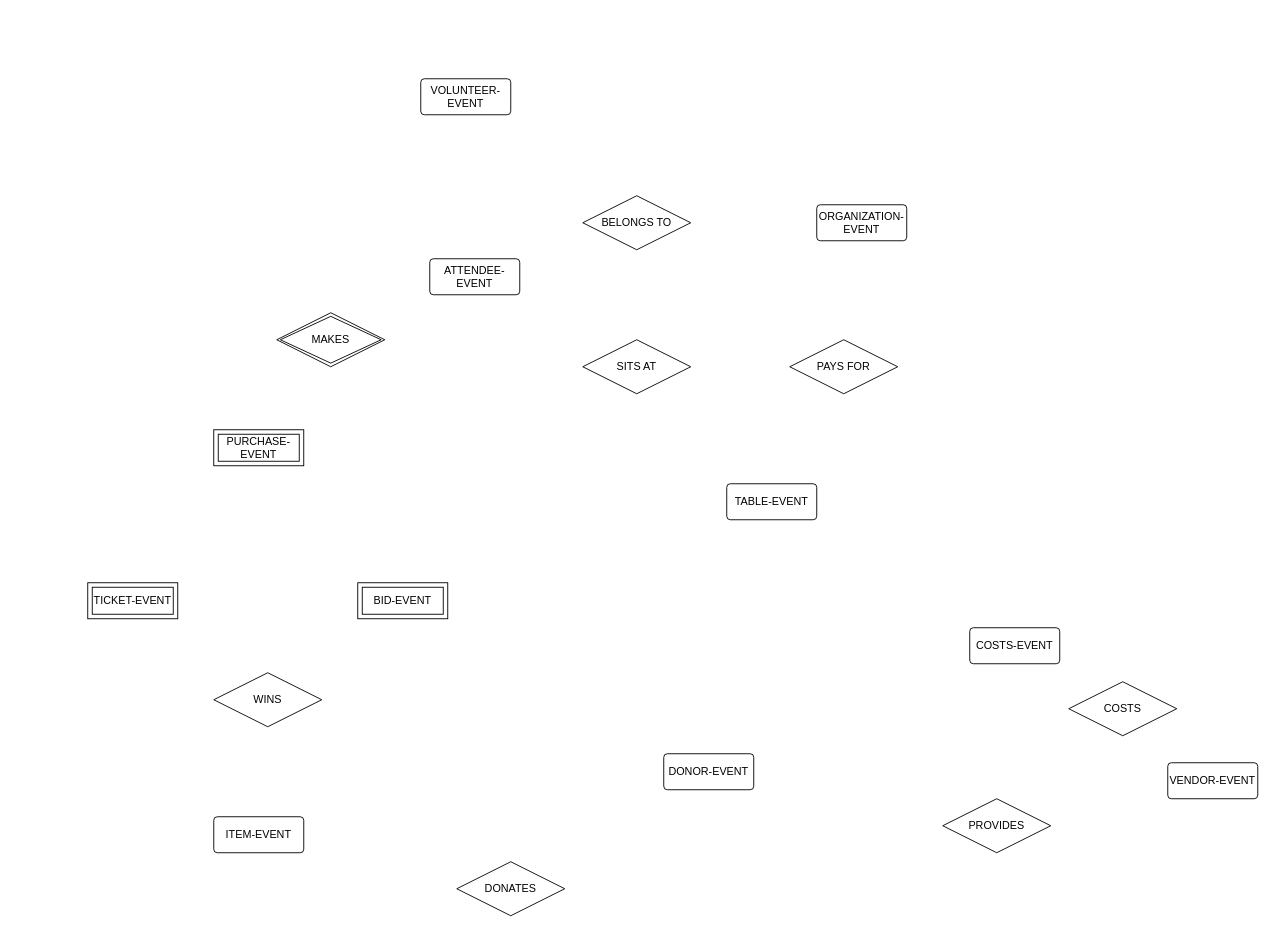
The draw.io diagram SecuringFundingER.drawio in MigLyons/Draw.io, before the edit. Source tidied: cells renumbered, new cells numbered last; positions are measured from the earlier drawing's top-left corner, leaving out a move shared by most shapes. Both pictures are drawn from the tidied source at 90%, with x=0, y=0 at pixel (87, 78).
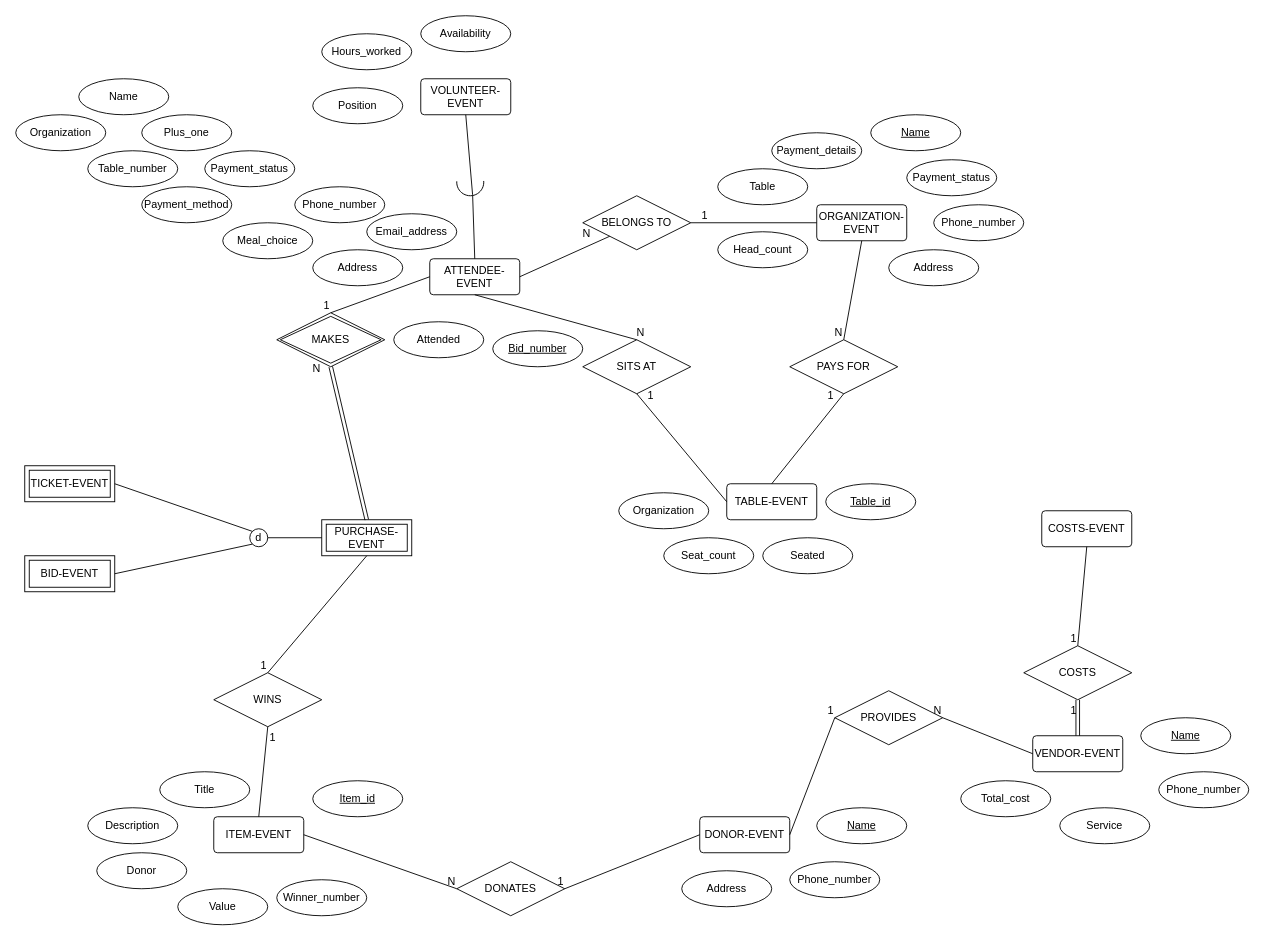
After the change.

The change refers to these unchanged cells:
```xml
<mxCell id="2" value="ATTENDEE-EVENT" style="rounded=1;arcSize=10;whiteSpace=wrap;html=1;align=center;" parent="1" vertex="1">
  <mxGeometry x="380" y="200" width="100" height="40" as="geometry" />
</mxCell>
<mxCell id="3" value="ITEM-EVENT" style="rounded=1;arcSize=10;whiteSpace=wrap;html=1;align=center;" parent="1" vertex="1">
  <mxGeometry x="140" y="820" width="100" height="40" as="geometry" />
</mxCell>
<mxCell id="4" value="TABLE-EVENT" style="rounded=1;arcSize=10;whiteSpace=wrap;html=1;align=center;" parent="1" vertex="1">
  <mxGeometry x="710" y="450" width="100" height="40" as="geometry" />
</mxCell>
<mxCell id="5" value="VOLUNTEER-EVENT" style="rounded=1;arcSize=10;whiteSpace=wrap;html=1;align=center;" parent="1" vertex="1">
  <mxGeometry x="370" width="100" height="40" as="geometry" />
</mxCell>
<mxCell id="8" value="ORGANIZATION-EVENT" style="rounded=1;arcSize=10;whiteSpace=wrap;html=1;align=center;" parent="1" vertex="1">
  <mxGeometry x="810" y="140" width="100" height="40" as="geometry" />
</mxCell>
<mxCell id="13" value="SITS AT" style="shape=rhombus;perimeter=rhombusPerimeter;whiteSpace=wrap;html=1;align=center;" parent="1" vertex="1">
  <mxGeometry x="550" y="290" width="120" height="60" as="geometry" />
</mxCell>
<mxCell id="14" value="BELONGS TO" style="shape=rhombus;perimeter=rhombusPerimeter;whiteSpace=wrap;html=1;align=center;" parent="1" vertex="1">
  <mxGeometry x="550" y="130" width="120" height="60" as="geometry" />
</mxCell>
<mxCell id="16" value="DONATES" style="shape=rhombus;perimeter=rhombusPerimeter;whiteSpace=wrap;html=1;align=center;" parent="1" vertex="1">
  <mxGeometry x="410" y="870" width="120" height="60" as="geometry" />
</mxCell>
<mxCell id="18" value="PAYS FOR" style="shape=rhombus;perimeter=rhombusPerimeter;whiteSpace=wrap;html=1;align=center;" parent="1" vertex="1">
  <mxGeometry x="780" y="290" width="120" height="60" as="geometry" />
</mxCell>
<mxCell id="19" value="MAKES" style="shape=rhombus;double=1;perimeter=rhombusPerimeter;whiteSpace=wrap;html=1;align=center;" parent="1" vertex="1">
  <mxGeometry x="210" y="260" width="120" height="60" as="geometry" />
</mxCell>
<mxCell id="20" value="WINS" style="shape=rhombus;perimeter=rhombusPerimeter;whiteSpace=wrap;html=1;align=center;" parent="1" vertex="1">
  <mxGeometry x="140" y="660" width="120" height="60" as="geometry" />
</mxCell>
```

What changed in the source:
```diff
@@
     <mxCell id="6" value="DONOR-EVENT" style="rounded=1;arcSize=10;whiteSpace=wrap;html=1;align=center;" parent="1" vertex="1">
-      <mxGeometry x="640" y="750" width="100" height="40" as="geometry" />
+      <mxGeometry x="680" y="820" width="100" height="40" as="geometry" />
     </mxCell>
     <mxCell id="7" value="VENDOR-EVENT" style="rounded=1;arcSize=10;whiteSpace=wrap;html=1;align=center;" parent="1" vertex="1">
-      <mxGeometry x="1200" y="760" width="100" height="40" as="geometry" />
+      <mxGeometry x="1050" y="730" width="100" height="40" as="geometry" />
     </mxCell>
@@
     <mxCell id="9" value="COSTS-EVENT" style="rounded=1;arcSize=10;whiteSpace=wrap;html=1;align=center;" parent="1" vertex="1">
-      <mxGeometry x="980" y="610" width="100" height="40" as="geometry" />
+      <mxGeometry x="1060" y="480" width="100" height="40" as="geometry" />
     </mxCell>
     <mxCell id="10" value="PURCHASE-EVENT" style="shape=ext;margin=3;double=1;whiteSpace=wrap;html=1;align=center;" parent="1" vertex="1">
-      <mxGeometry x="140" y="390" width="100" height="40" as="geometry" />
+      <mxGeometry x="260" y="490" width="100" height="40" as="geometry" />
     </mxCell>
     <mxCell id="11" value="TICKET-EVENT" style="shape=ext;margin=3;double=1;whiteSpace=wrap;html=1;align=center;" parent="1" vertex="1">
-      <mxGeometry y="560" width="100" height="40" as="geometry" />
+      <mxGeometry x="-70" y="430" width="100" height="40" as="geometry" />
     </mxCell>
     <mxCell id="12" value="BID-EVENT" style="shape=ext;margin=3;double=1;whiteSpace=wrap;html=1;align=center;" parent="1" vertex="1">
-      <mxGeometry x="300" y="560" width="100" height="40" as="geometry" />
+      <mxGeometry x="-70" y="530" width="100" height="40" as="geometry" />
     </mxCell>
@@
     <mxCell id="15" value="COSTS" style="shape=rhombus;perimeter=rhombusPerimeter;whiteSpace=wrap;html=1;align=center;" parent="1" vertex="1">
-      <mxGeometry x="1090" y="670" width="120" height="60" as="geometry" />
+      <mxGeometry x="1040" y="630" width="120" height="60" as="geometry" />
     </mxCell>
@@
     <mxCell id="17" value="PROVIDES" style="shape=rhombus;perimeter=rhombusPerimeter;whiteSpace=wrap;html=1;align=center;" parent="1" vertex="1">
-      <mxGeometry x="950" y="800" width="120" height="60" as="geometry" />
+      <mxGeometry x="830" y="680" width="120" height="60" as="geometry" />
     </mxCell>
@@
+    <mxCell id="21" style="endArrow=none;html=1;rounded=0;exitX=1;exitY=0.5;exitDx=0;exitDy=0;entryX=0;entryY=1;entryDx=0;entryDy=0;" parent="1" edge="1" source="2" target="14">
+      <mxGeometry relative="1" as="geometry" />
+    </mxCell>
+    <mxCell id="22" value="N" style="html=1;whiteSpace=wrap;align=right;verticalAlign=bottom;" parent="21" vertex="1">
+      <mxGeometry x="1" relative="1" as="geometry">
+        <mxPoint x="-20" y="5" as="offset" />
+      </mxGeometry>
+    </mxCell>
+    <mxCell id="23" style="endArrow=none;html=1;rounded=0;entryX=1;entryY=0.5;entryDx=0;entryDy=0;exitX=0;exitY=0.5;exitDx=0;exitDy=0;" parent="1" edge="1" source="8" target="14">
+      <mxGeometry relative="1" as="geometry" />
+    </mxCell>
+    <mxCell id="24" value="1" style="html=1;whiteSpace=wrap;align=right;verticalAlign=bottom;" parent="23" vertex="1">
+      <mxGeometry x="1" relative="1" as="geometry">
+        <mxPoint x="20" as="offset" />
+      </mxGeometry>
+    </mxCell>
+    <mxCell id="25" style="endArrow=none;html=1;rounded=0;entryX=0.5;entryY=0;entryDx=0;entryDy=0;exitX=0.5;exitY=1;exitDx=0;exitDy=0;" parent="1" edge="1" source="8" target="18">
+      <mxGeometry relative="1" as="geometry" />
+    </mxCell>
+    <mxCell id="26" value="N" style="html=1;whiteSpace=wrap;align=right;verticalAlign=bottom;" parent="25" vertex="1">
+      <mxGeometry x="1" relative="1" as="geometry" />
+    </mxCell>
+    <mxCell id="27" style="endArrow=none;html=1;rounded=0;entryX=0.5;entryY=1;entryDx=0;entryDy=0;exitX=0.5;exitY=0;exitDx=0;exitDy=0;" parent="1" edge="1" source="4" target="18">
+      <mxGeometry relative="1" as="geometry" />
+    </mxCell>
+    <mxCell id="28" value="1" style="html=1;whiteSpace=wrap;align=right;verticalAlign=bottom;" parent="27" vertex="1">
+      <mxGeometry x="1" relative="1" as="geometry">
+        <mxPoint x="-10" y="10" as="offset" />
+      </mxGeometry>
+    </mxCell>
+    <mxCell id="29" style="endArrow=none;html=1;rounded=0;entryX=0.5;entryY=1;entryDx=0;entryDy=0;exitX=0;exitY=0.5;exitDx=0;exitDy=0;" parent="1" edge="1" source="4" target="13">
+      <mxGeometry relative="1" as="geometry" />
+    </mxCell>
+    <mxCell id="30" value="1" style="html=1;whiteSpace=wrap;align=right;verticalAlign=bottom;" parent="29" vertex="1">
+      <mxGeometry x="1" relative="1" as="geometry">
+        <mxPoint x="20" y="10" as="offset" />
+      </mxGeometry>
+    </mxCell>
+    <mxCell id="31" style="endArrow=none;html=1;rounded=0;entryX=0.5;entryY=0;entryDx=0;entryDy=0;exitX=0.5;exitY=1;exitDx=0;exitDy=0;" parent="1" edge="1" source="2" target="13">
+      <mxGeometry relative="1" as="geometry" />
+    </mxCell>
+    <mxCell id="32" value="N" style="html=1;whiteSpace=wrap;align=right;verticalAlign=bottom;" parent="31" vertex="1">
+      <mxGeometry x="1" relative="1" as="geometry">
+        <mxPoint x="10" as="offset" />
+      </mxGeometry>
+    </mxCell>
+    <mxCell id="33" style="endArrow=none;html=1;rounded=0;entryX=1;entryY=0.5;entryDx=0;entryDy=0;exitX=0;exitY=0.5;exitDx=0;exitDy=0;" parent="1" edge="1" source="6" target="16">
+      <mxGeometry relative="1" as="geometry" />
+    </mxCell>
+    <mxCell id="34" value="1" style="html=1;whiteSpace=wrap;align=right;verticalAlign=bottom;" parent="33" vertex="1">
+      <mxGeometry x="1" relative="1" as="geometry" />
+    </mxCell>
+    <mxCell id="35" style="endArrow=none;html=1;rounded=0;entryX=0;entryY=0.5;entryDx=0;entryDy=0;exitX=1;exitY=0.5;exitDx=0;exitDy=0;" parent="1" edge="1" source="3" target="16">
+      <mxGeometry relative="1" as="geometry" />
+    </mxCell>
+    <mxCell id="36" value="N" style="html=1;whiteSpace=wrap;align=right;verticalAlign=bottom;" parent="35" vertex="1">
+      <mxGeometry x="1" relative="1" as="geometry" />
+    </mxCell>
+    <mxCell id="37" style="endArrow=none;html=1;rounded=0;entryX=0;entryY=0.5;entryDx=0;entryDy=0;exitX=1;exitY=0.5;exitDx=0;exitDy=0;" parent="1" edge="1" source="6" target="17">
+      <mxGeometry relative="1" as="geometry" />
+    </mxCell>
+    <mxCell id="38" value="1" style="html=1;whiteSpace=wrap;align=right;verticalAlign=bottom;" parent="37" vertex="1">
+      <mxGeometry x="1" relative="1" as="geometry" />
+    </mxCell>
+    <mxCell id="39" style="endArrow=none;html=1;rounded=0;entryX=1;entryY=0.5;entryDx=0;entryDy=0;exitX=0;exitY=0.5;exitDx=0;exitDy=0;" parent="1" edge="1" source="7" target="17">
+      <mxGeometry relative="1" as="geometry" />
+    </mxCell>
+    <mxCell id="40" value="N" style="html=1;whiteSpace=wrap;align=right;verticalAlign=bottom;" parent="39" vertex="1">
+      <mxGeometry x="1" relative="1" as="geometry" />
+    </mxCell>
+    <mxCell id="41" style="shape=link;html=1;rounded=0;entryX=0.5;entryY=1;entryDx=0;entryDy=0;exitX=0.5;exitY=0;exitDx=0;exitDy=0;" parent="1" edge="1" source="7" target="15">
+      <mxGeometry relative="1" as="geometry" />
+    </mxCell>
+    <mxCell id="42" value="1" style="html=1;whiteSpace=wrap;align=right;verticalAlign=bottom;" parent="41" vertex="1">
+      <mxGeometry x="1" relative="1" as="geometry">
+        <mxPoint y="20" as="offset" />
+      </mxGeometry>
+    </mxCell>
+    <mxCell id="43" style="endArrow=none;html=1;rounded=0;entryX=0.5;entryY=0;entryDx=0;entryDy=0;exitX=0.5;exitY=1;exitDx=0;exitDy=0;" parent="1" edge="1" source="9" target="15">
+      <mxGeometry relative="1" as="geometry" />
+    </mxCell>
+    <mxCell id="44" value="1" style="html=1;whiteSpace=wrap;align=right;verticalAlign=bottom;" parent="43" vertex="1">
+      <mxGeometry x="1" relative="1" as="geometry" />
+    </mxCell>
+    <mxCell id="45" style="endArrow=none;html=1;rounded=0;exitX=0.5;exitY=0;exitDx=0;exitDy=0;entryX=0.5;entryY=1;entryDx=0;entryDy=0;" parent="1" edge="1" source="3" target="20">
+      <mxGeometry relative="1" as="geometry" />
+    </mxCell>
+    <mxCell id="46" value="1" style="html=1;whiteSpace=wrap;align=right;verticalAlign=bottom;" parent="45" vertex="1">
+      <mxGeometry x="1" relative="1" as="geometry">
+        <mxPoint x="10" y="20" as="offset" />
+      </mxGeometry>
+    </mxCell>
+    <mxCell id="47" value="d" style="ellipse;whiteSpace=wrap;html=1;" parent="1" vertex="1">
+      <mxGeometry x="180" y="500" width="20" height="20" as="geometry" />
+    </mxCell>
+    <mxCell id="48" style="endArrow=none;html=1;rounded=0;entryX=0;entryY=0;entryDx=0;entryDy=0;exitX=1;exitY=0.5;exitDx=0;exitDy=0;" parent="1" edge="1" source="11" target="47">
+      <mxGeometry relative="1" as="geometry" />
+    </mxCell>
+    <mxCell id="49" style="endArrow=none;html=1;rounded=0;entryX=0;entryY=1;entryDx=0;entryDy=0;exitX=1;exitY=0.5;exitDx=0;exitDy=0;" parent="1" edge="1" source="12" target="47">
+      <mxGeometry relative="1" as="geometry" />
+    </mxCell>
+    <mxCell id="50" style="endArrow=none;html=1;rounded=0;entryX=0.5;entryY=0;entryDx=0;entryDy=0;exitX=0.5;exitY=1;exitDx=0;exitDy=0;" parent="1" edge="1" source="10" target="20">
+      <mxGeometry relative="1" as="geometry" />
+    </mxCell>
+    <mxCell id="51" value="1" style="html=1;whiteSpace=wrap;align=right;verticalAlign=bottom;" parent="50" vertex="1">
+      <mxGeometry x="1" relative="1" as="geometry" />
+    </mxCell>
+    <mxCell id="52" style="shape=link;html=1;rounded=0;entryX=0.5;entryY=1;entryDx=0;entryDy=0;exitX=0.5;exitY=0;exitDx=0;exitDy=0;" parent="1" edge="1" source="10" target="19">
+      <mxGeometry relative="1" as="geometry" />
+    </mxCell>
+    <mxCell id="53" value="N" style="html=1;whiteSpace=wrap;align=right;verticalAlign=bottom;" parent="52" vertex="1">
+      <mxGeometry x="1" relative="1" as="geometry">
+        <mxPoint x="-10" y="10" as="offset" />
+      </mxGeometry>
+    </mxCell>
+    <mxCell id="54" style="endArrow=none;html=1;rounded=0;entryX=0.5;entryY=0;entryDx=0;entryDy=0;exitX=0;exitY=0.5;exitDx=0;exitDy=0;" parent="1" edge="1" source="2" target="19">
+      <mxGeometry relative="1" as="geometry" />
+    </mxCell>
+    <mxCell id="55" value="1" style="html=1;whiteSpace=wrap;align=right;verticalAlign=bottom;" parent="54" vertex="1">
+      <mxGeometry x="1" relative="1" as="geometry" />
+    </mxCell>
+    <mxCell id="56" style="endArrow=none;html=1;rounded=0;exitX=0.222;exitY=0.903;exitDx=0;exitDy=0;entryX=0.5;entryY=0;entryDx=0;entryDy=0;exitPerimeter=0;" parent="1" edge="1" source="58" target="2">
+      <mxGeometry relative="1" as="geometry" />
+    </mxCell>
+    <mxCell id="57" style="endArrow=none;html=1;rounded=0;exitX=0.5;exitY=1;exitDx=0;exitDy=0;entryX=0.232;entryY=0.891;entryDx=0;entryDy=0;entryPerimeter=0;" parent="1" edge="1" source="5" target="58">
+      <mxGeometry relative="1" as="geometry" />
+    </mxCell>
+    <mxCell id="58" style="verticalLabelPosition=bottom;verticalAlign=top;html=1;shape=mxgraph.basic.arc;startAngle=0.35998946844375085;endAngle=0.886046474930771;rotation=-45;" parent="1" vertex="1">
+      <mxGeometry x="410" y="100" width="30" height="30" as="geometry" />
+    </mxCell>
+    <mxCell id="59" style="endArrow=none;html=1;rounded=0;entryX=1;entryY=0.5;entryDx=0;entryDy=0;exitX=0;exitY=0.5;exitDx=0;exitDy=0;" parent="1" edge="1" source="10" target="47">
+      <mxGeometry relative="1" as="geometry" />
+    </mxCell>
+    <mxCell id="60" value="Hours_worked" style="ellipse;whiteSpace=wrap;html=1;align=center;" parent="1" vertex="1">
+      <mxGeometry x="260" y="-50" width="100" height="40" as="geometry" />
+    </mxCell>
+    <mxCell id="61" value="Availability" style="ellipse;whiteSpace=wrap;html=1;align=center;" parent="1" vertex="1">
+      <mxGeometry x="370" y="-70" width="100" height="40" as="geometry" />
+    </mxCell>
+    <mxCell id="62" value="Position" style="ellipse;whiteSpace=wrap;html=1;align=center;" parent="1" vertex="1">
+      <mxGeometry x="250" y="10" width="100" height="40" as="geometry" />
+    </mxCell>
+    <mxCell id="63" value="Organization" style="ellipse;whiteSpace=wrap;html=1;align=center;" parent="1" vertex="1">
+      <mxGeometry x="-80" y="40" width="100" height="40" as="geometry" />
+    </mxCell>
+    <mxCell id="64" value="Name" style="ellipse;whiteSpace=wrap;html=1;align=center;" parent="1" vertex="1">
+      <mxGeometry x="-10" width="100" height="40" as="geometry" />
+    </mxCell>
+    <mxCell id="65" value="Table_number" style="ellipse;whiteSpace=wrap;html=1;align=center;" parent="1" vertex="1">
+      <mxGeometry y="80" width="100" height="40" as="geometry" />
+    </mxCell>
+    <mxCell id="66" value="Plus_one" style="ellipse;whiteSpace=wrap;html=1;align=center;" parent="1" vertex="1">
+      <mxGeometry x="60" y="40" width="100" height="40" as="geometry" />
+    </mxCell>
+    <mxCell id="67" value="Payment_method" style="ellipse;whiteSpace=wrap;html=1;align=center;" parent="1" vertex="1">
+      <mxGeometry x="60" y="120" width="100" height="40" as="geometry" />
+    </mxCell>
+    <mxCell id="68" value="Payment_status" style="ellipse;whiteSpace=wrap;html=1;align=center;" parent="1" vertex="1">
+      <mxGeometry x="130" y="80" width="100" height="40" as="geometry" />
+    </mxCell>
+    <mxCell id="69" value="Meal_choice" style="ellipse;whiteSpace=wrap;html=1;align=center;" parent="1" vertex="1">
+      <mxGeometry x="150" y="160" width="100" height="40" as="geometry" />
+    </mxCell>
+    <mxCell id="70" value="Phone_number" style="ellipse;whiteSpace=wrap;html=1;align=center;" parent="1" vertex="1">
+      <mxGeometry x="230" y="120" width="100" height="40" as="geometry" />
+    </mxCell>
+    <mxCell id="71" value="Attended" style="ellipse;whiteSpace=wrap;html=1;align=center;" parent="1" vertex="1">
+      <mxGeometry x="340" y="270" width="100" height="40" as="geometry" />
+    </mxCell>
+    <mxCell id="72" value="Address" style="ellipse;whiteSpace=wrap;html=1;align=center;" parent="1" vertex="1">
+      <mxGeometry x="250" y="190" width="100" height="40" as="geometry" />
+    </mxCell>
+    <mxCell id="73" value="Email_address" style="ellipse;whiteSpace=wrap;html=1;align=center;" parent="1" vertex="1">
+      <mxGeometry x="310" y="150" width="100" height="40" as="geometry" />
+    </mxCell>
+    <mxCell id="74" value="Bid_number" style="ellipse;whiteSpace=wrap;html=1;align=center;fontStyle=4;" parent="1" vertex="1">
+      <mxGeometry x="450" y="280" width="100" height="40" as="geometry" />
+    </mxCell>
+    <mxCell id="75" value="Item_id" style="ellipse;whiteSpace=wrap;html=1;align=center;fontStyle=4;" parent="1" vertex="1">
+      <mxGeometry x="250" y="780" width="100" height="40" as="geometry" />
+    </mxCell>
+    <mxCell id="76" value="Winner_number" style="ellipse;whiteSpace=wrap;html=1;align=center;" parent="1" vertex="1">
+      <mxGeometry x="210" y="890" width="100" height="40" as="geometry" />
+    </mxCell>
+    <mxCell id="77" value="Value" style="ellipse;whiteSpace=wrap;html=1;align=center;" parent="1" vertex="1">
+      <mxGeometry x="100" y="900" width="100" height="40" as="geometry" />
+    </mxCell>
+    <mxCell id="78" value="Donor" style="ellipse;whiteSpace=wrap;html=1;align=center;" parent="1" vertex="1">
+      <mxGeometry x="10" y="860" width="100" height="40" as="geometry" />
+    </mxCell>
+    <mxCell id="79" value="Description" style="ellipse;whiteSpace=wrap;html=1;align=center;" parent="1" vertex="1">
+      <mxGeometry y="810" width="100" height="40" as="geometry" />
+    </mxCell>
+    <mxCell id="80" value="Title" style="ellipse;whiteSpace=wrap;html=1;align=center;" parent="1" vertex="1">
+      <mxGeometry x="80" y="770" width="100" height="40" as="geometry" />
+    </mxCell>
+    <mxCell id="81" value="Table_id" style="ellipse;whiteSpace=wrap;html=1;align=center;fontStyle=4;" parent="1" vertex="1">
+      <mxGeometry x="820" y="450" width="100" height="40" as="geometry" />
+    </mxCell>
+    <mxCell id="82" value="Seated" style="ellipse;whiteSpace=wrap;html=1;align=center;" parent="1" vertex="1">
+      <mxGeometry x="750" y="510" width="100" height="40" as="geometry" />
+    </mxCell>
+    <mxCell id="83" value="Seat_count" style="ellipse;whiteSpace=wrap;html=1;align=center;" parent="1" vertex="1">
+      <mxGeometry x="640" y="510" width="100" height="40" as="geometry" />
+    </mxCell>
+    <mxCell id="84" value="Organization" style="ellipse;whiteSpace=wrap;html=1;align=center;" parent="1" vertex="1">
+      <mxGeometry x="590" y="460" width="100" height="40" as="geometry" />
+    </mxCell>
+    <mxCell id="85" value="Name" style="ellipse;whiteSpace=wrap;html=1;align=center;fontStyle=4;" parent="1" vertex="1">
+      <mxGeometry x="810" y="810" width="100" height="40" as="geometry" />
+    </mxCell>
+    <mxCell id="86" value="Phone_number" style="ellipse;whiteSpace=wrap;html=1;align=center;" parent="1" vertex="1">
+      <mxGeometry x="780" y="870" width="100" height="40" as="geometry" />
+    </mxCell>
+    <mxCell id="87" value="Address" style="ellipse;whiteSpace=wrap;html=1;align=center;" parent="1" vertex="1">
+      <mxGeometry x="660" y="880" width="100" height="40" as="geometry" />
+    </mxCell>
+    <mxCell id="88" value="Name" style="ellipse;whiteSpace=wrap;html=1;align=center;fontStyle=4;" parent="1" vertex="1">
+      <mxGeometry x="1170" y="710" width="100" height="40" as="geometry" />
+    </mxCell>
+    <mxCell id="89" value="Phone_number" style="ellipse;whiteSpace=wrap;html=1;align=center;" parent="1" vertex="1">
+      <mxGeometry x="1190" y="770" width="100" height="40" as="geometry" />
+    </mxCell>
+    <mxCell id="90" value="Service" style="ellipse;whiteSpace=wrap;html=1;align=center;" parent="1" vertex="1">
+      <mxGeometry x="1080" y="810" width="100" height="40" as="geometry" />
+    </mxCell>
+    <mxCell id="91" value="Total_cost" style="ellipse;whiteSpace=wrap;html=1;align=center;" parent="1" vertex="1">
+      <mxGeometry x="970" y="780" width="100" height="40" as="geometry" />
+    </mxCell>
+    <mxCell id="92" value="Name" style="ellipse;whiteSpace=wrap;html=1;align=center;fontStyle=4;" parent="1" vertex="1">
+      <mxGeometry x="870" y="40" width="100" height="40" as="geometry" />
+    </mxCell>
+    <mxCell id="93" value="Head_count" style="ellipse;whiteSpace=wrap;html=1;align=center;" parent="1" vertex="1">
+      <mxGeometry x="700" y="170" width="100" height="40" as="geometry" />
+    </mxCell>
+    <mxCell id="94" value="Address" style="ellipse;whiteSpace=wrap;html=1;align=center;" parent="1" vertex="1">
+      <mxGeometry x="890" y="190" width="100" height="40" as="geometry" />
+    </mxCell>
+    <mxCell id="95" value="Phone_number" style="ellipse;whiteSpace=wrap;html=1;align=center;" parent="1" vertex="1">
+      <mxGeometry x="940" y="140" width="100" height="40" as="geometry" />
+    </mxCell>
+    <mxCell id="96" value="Payment_status" style="ellipse;whiteSpace=wrap;html=1;align=center;" parent="1" vertex="1">
+      <mxGeometry x="910" y="90" width="100" height="40" as="geometry" />
+    </mxCell>
+    <mxCell id="97" value="Payment_details" style="ellipse;whiteSpace=wrap;html=1;align=center;" parent="1" vertex="1">
+      <mxGeometry x="760" y="60" width="100" height="40" as="geometry" />
+    </mxCell>
+    <mxCell id="98" value="Table" style="ellipse;whiteSpace=wrap;html=1;align=center;" parent="1" vertex="1">
+      <mxGeometry x="700" y="100" width="100" height="40" as="geometry" />
+    </mxCell>
```
